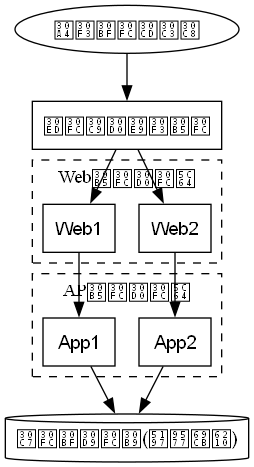
duwenji/diagram-as-code-tutorial keeps this Graphviz diagram as docs/06-project-phase-diagrams/examples/04-infra-architecture.png. Above is the earlier version. Its source is kept beside it as docs/06-project-phase-diagrams/examples/04-infra-architecture.dot.
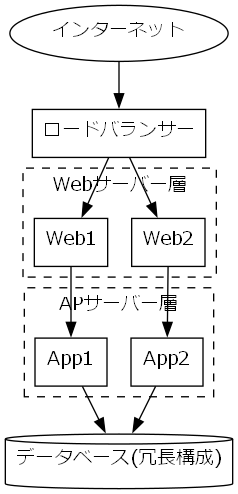
Above is the later version.

What changed in the source:
```diff
@@ -1,6 +1,7 @@
 digraph InfraArchitecture {
   rankdir=TB;
-  node [shape=box, fontname="Helvetica"];
+  fontname="Meiryo";
+  node [shape=box, fontname="Meiryo"];
 
   Internet [shape=ellipse, label="インターネット"];
   LB [label="ロードバランサー"];
```
